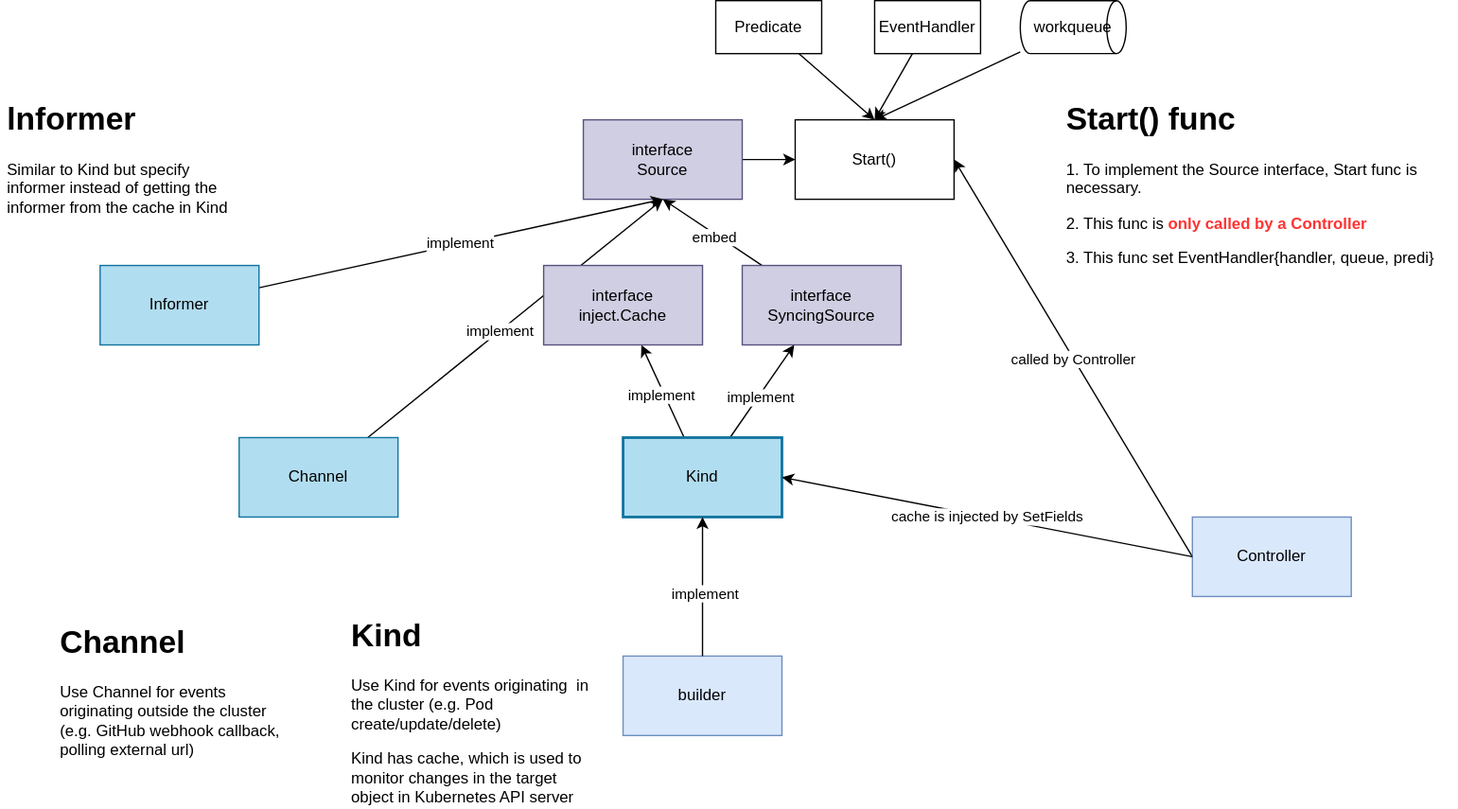
nakamasato/kubernetes-training keeps this draw.io diagram as contents/kubernetes-operator/controller-runtime/source/diagram.drawio.svg. Above is the earlier version. Source tidied: cells renumbered, new cells last; positions are measured from the earlier drawing's top-left corner, leaving out a move shared by most shapes.
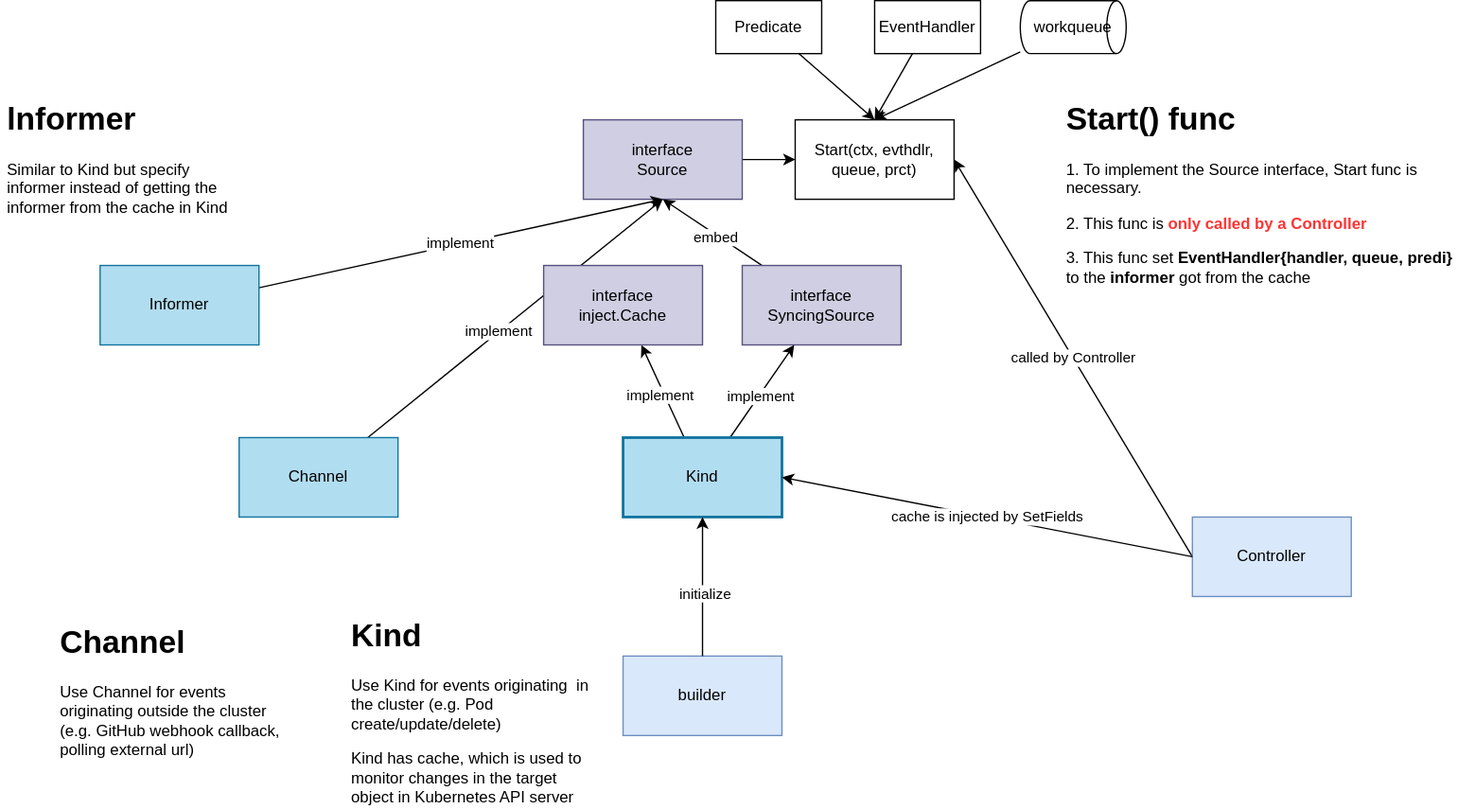
The same diagram one commit later.

Commit message:
docs: update controller and source (#191)

What changed in the source:
```diff
@@ -76,10 +76,10 @@
     <mxCell id="25" value="EventHandler" style="rounded=0;whiteSpace=wrap;html=1;" parent="1" vertex="1">
       <mxGeometry x="660" width="80" height="40" as="geometry" />
     </mxCell>
-    <mxCell id="26" value="Start()" style="rounded=0;whiteSpace=wrap;html=1;" parent="1" vertex="1">
+    <mxCell id="26" value="Start(ctx, evthdlr, queue, prct)" style="rounded=0;whiteSpace=wrap;html=1;" parent="1" vertex="1">
       <mxGeometry x="600" y="90" width="120" height="60" as="geometry" />
     </mxCell>
-    <mxCell id="27" value="&lt;h1&gt;Start() func&lt;/h1&gt;&lt;p&gt;1. To implement the Source interface, Start func is necessary.&lt;/p&gt;&lt;p&gt;2. This func is &lt;b&gt;&lt;font color=&quot;#ff3333&quot;&gt;only called by a Controller&lt;/font&gt;&lt;/b&gt;&lt;/p&gt;&lt;p&gt;3. This func set EventHandler{handler, queue, predi}&lt;/p&gt;" style="text;html=1;strokeColor=none;fillColor=none;spacing=5;spacingTop=-20;whiteSpace=wrap;overflow=hidden;rounded=0;" parent="1" vertex="1">
+    <mxCell id="27" value="&lt;h1&gt;Start() func&lt;/h1&gt;&lt;p&gt;1. To implement the Source interface, Start func is necessary.&lt;/p&gt;&lt;p&gt;2. This func is &lt;b&gt;&lt;font color=&quot;#ff3333&quot;&gt;only called by a Controller&lt;/font&gt;&lt;/b&gt;&lt;/p&gt;&lt;p&gt;3. This func set &lt;b&gt;EventHandler{handler, queue, predi} &lt;/b&gt;to the &lt;b&gt;informer&lt;/b&gt; got from the cache&lt;/p&gt;" style="text;html=1;strokeColor=none;fillColor=none;spacing=5;spacingTop=-20;whiteSpace=wrap;overflow=hidden;rounded=0;" parent="1" vertex="1">
       <mxGeometry x="800" y="70" width="300" height="150" as="geometry" />
     </mxCell>
     <mxCell id="28" value="called by Controller" style="edgeStyle=none;html=1;entryX=1;entryY=0.5;entryDx=0;entryDy=0;exitX=0;exitY=0.5;exitDx=0;exitDy=0;" parent="1" edge="1" source="29" target="26">
@@ -97,7 +97,7 @@
     <mxCell id="32" style="edgeStyle=none;html=1;entryX=0.5;entryY=1;entryDx=0;entryDy=0;" parent="1" edge="1" source="30" target="16">
       <mxGeometry relative="1" as="geometry" />
     </mxCell>
-    <mxCell id="33" value="implement" style="edgeLabel;html=1;align=center;verticalAlign=middle;" parent="32" vertex="1">
+    <mxCell id="33" value="initialize" style="edgeLabel;html=1;align=center;verticalAlign=middle;" parent="32" vertex="1">
       <mxGeometry x="-0.09" y="-1" relative="1" as="geometry" />
     </mxCell>
     <mxCell id="34" value="&lt;h1&gt;lnformer&lt;/h1&gt;&lt;p&gt;Similar to Kind but specify informer instead of getting the informer from the cache in Kind&lt;/p&gt;" style="text;html=1;strokeColor=none;fillColor=none;spacing=5;spacingTop=-20;whiteSpace=wrap;overflow=hidden;rounded=0;" parent="1" vertex="1">
```
